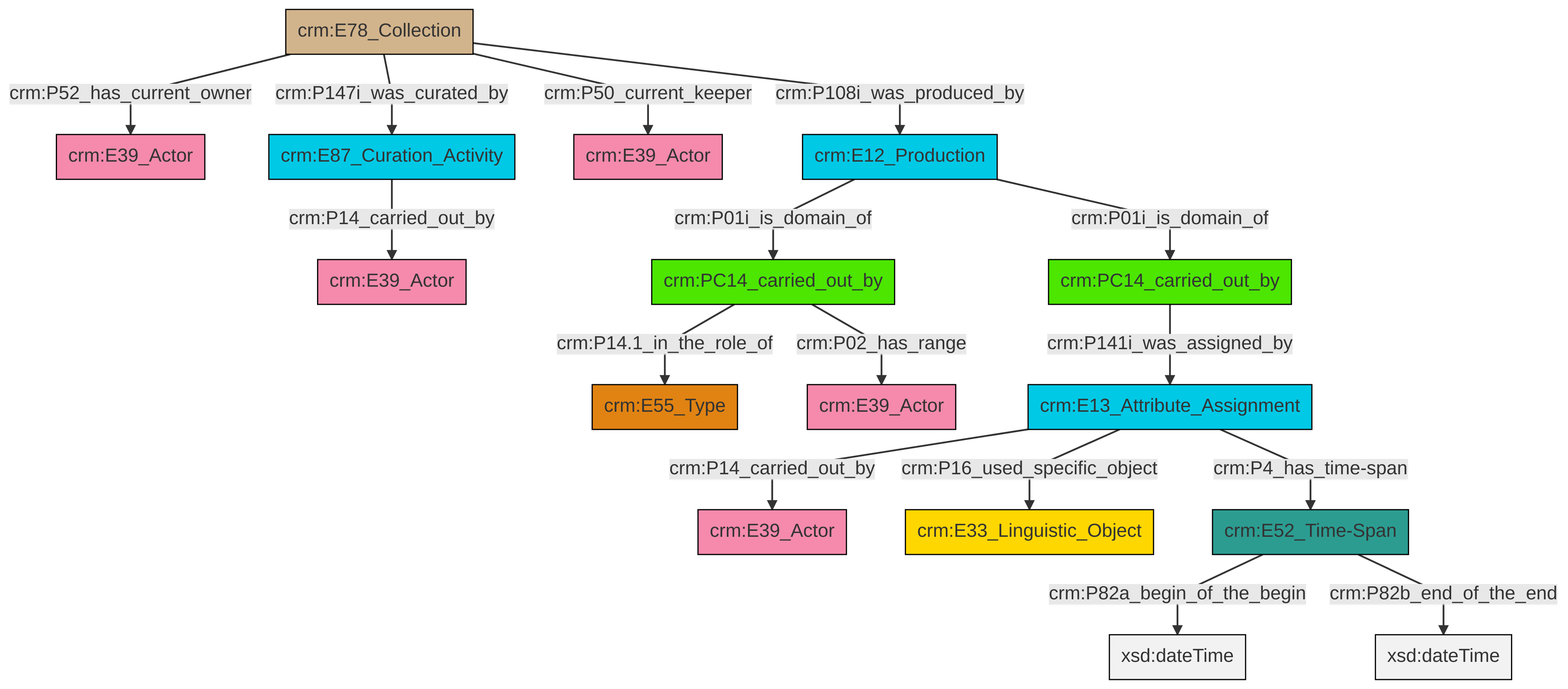
This is et/archivalCSV/ttl/mmd/png/archival_relation.png from swiss-art-research-net/docs.swissartresearch, a Mermaid export, as it was before one commit. Its source is kept beside it as et/archivalCSV/ttl/mmd/archival_relation.ttl.mmd.
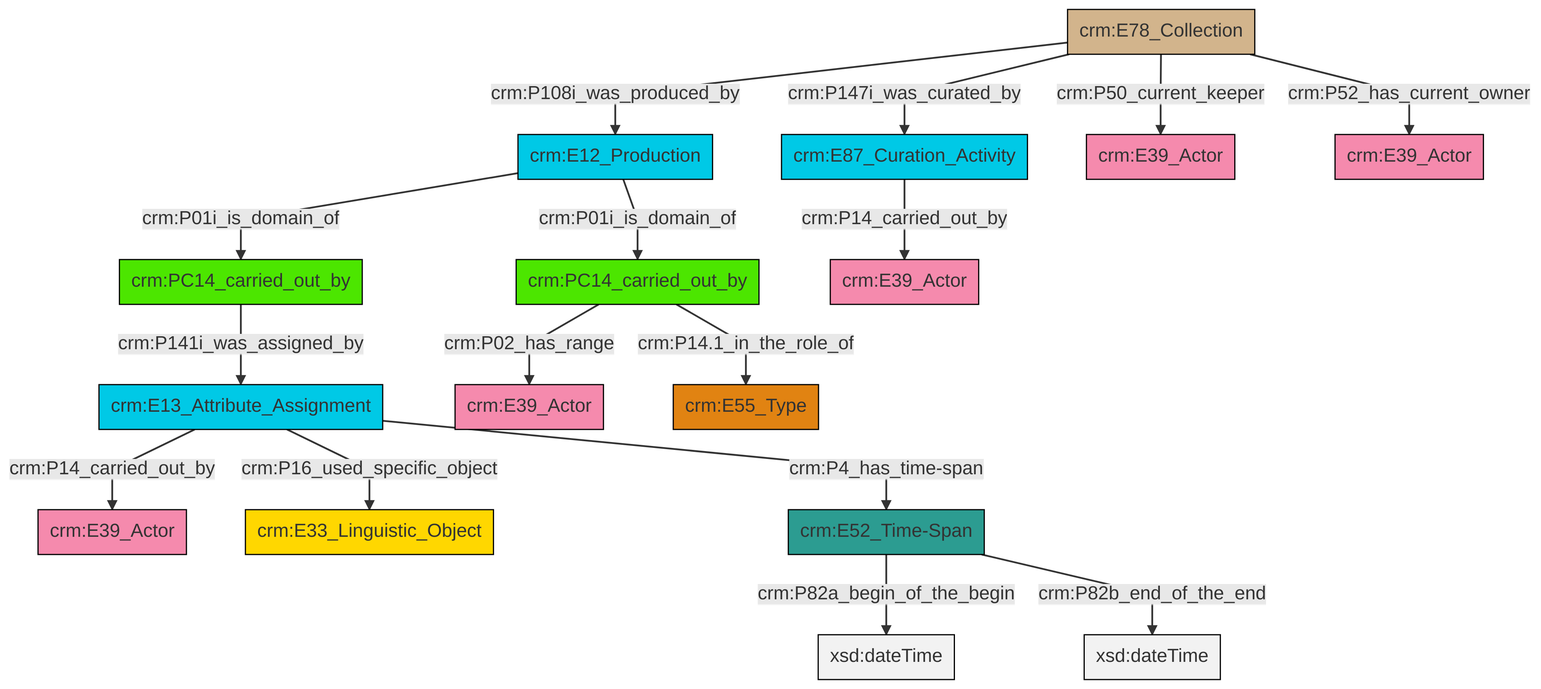
After the commit.

What changed in the source:
```diff
@@ -13,18 +13,18 @@
 classDef PC_Classes fill:#4ce600, stroke:#000000;
 classDef Multi fill:#cccccc,stroke:#000000;
 
-2["crm:E12_Production"]:::Temporal_Entity -->|crm:P01i_is_domain_of| 3["crm:PC14_carried_out_by"]:::PC_Classes
-4["crm:E52_Time-Span"]:::Time-Span -->|crm:P82a_begin_of_the_begin| 5[xsd:dateTime]:::Literal
-12["crm:E13_Attribute_Assignment"]:::Temporal_Entity -->|crm:P14_carried_out_by| 6["crm:E39_Actor"]:::Actor
-3["crm:PC14_carried_out_by"]:::PC_Classes -->|crm:P14.1_in_the_role_of| 13["crm:E55_Type"]:::Type
-14["crm:E87_Curation_Activity"]:::Temporal_Entity -->|crm:P14_carried_out_by| 10["crm:E39_Actor"]:::Actor
-12["crm:E13_Attribute_Assignment"]:::Temporal_Entity -->|crm:P16_used_specific_object| 18["crm:E33_Linguistic_Object"]:::Conceptual_Object
-12["crm:E13_Attribute_Assignment"]:::Temporal_Entity -->|crm:P4_has_time-span| 4["crm:E52_Time-Span"]:::Time-Span
-3["crm:PC14_carried_out_by"]:::PC_Classes -->|crm:P02_has_range| 0["crm:E39_Actor"]:::Actor
-4["crm:E52_Time-Span"]:::Time-Span -->|crm:P82b_end_of_the_end| 19[xsd:dateTime]:::Literal
-2["crm:E12_Production"]:::Temporal_Entity -->|crm:P01i_is_domain_of| 8["crm:PC14_carried_out_by"]:::PC_Classes
-8["crm:PC14_carried_out_by"]:::PC_Classes -->|crm:P141i_was_assigned_by| 12["crm:E13_Attribute_Assignment"]:::Temporal_Entity
-23["crm:E78_Collection"]:::Physical_Thing -->|crm:P52_has_current_owner| 24["crm:E39_Actor"]:::Actor
-23["crm:E78_Collection"]:::Physical_Thing -->|crm:P147i_was_curated_by| 14["crm:E87_Curation_Activity"]:::Temporal_Entity
-23["crm:E78_Collection"]:::Physical_Thing -->|crm:P50_current_keeper| 21["crm:E39_Actor"]:::Actor
-23["crm:E78_Collection"]:::Physical_Thing -->|crm:P108i_was_produced_by| 2["crm:E12_Production"]:::Temporal_Entity
+2["crm:E13_Attribute_Assignment"]:::Temporal_Entity -->|crm:P14_carried_out_by| 3["crm:E39_Actor"]:::Actor
+2["crm:E13_Attribute_Assignment"]:::Temporal_Entity -->|crm:P16_used_specific_object| 8["crm:E33_Linguistic_Object"]:::Conceptual_Object
+10["crm:E52_Time-Span"]:::Time-Span -->|crm:P82a_begin_of_the_begin| 11[xsd:dateTime]:::Literal
+2["crm:E13_Attribute_Assignment"]:::Temporal_Entity -->|crm:P4_has_time-span| 10["crm:E52_Time-Span"]:::Time-Span
+0["crm:PC14_carried_out_by"]:::PC_Classes -->|crm:P02_has_range| 6["crm:E39_Actor"]:::Actor
+12["crm:PC14_carried_out_by"]:::PC_Classes -->|crm:P141i_was_assigned_by| 2["crm:E13_Attribute_Assignment"]:::Temporal_Entity
+10["crm:E52_Time-Span"]:::Time-Span -->|crm:P82b_end_of_the_end| 13[xsd:dateTime]:::Literal
+4["crm:E12_Production"]:::Temporal_Entity -->|crm:P01i_is_domain_of| 0["crm:PC14_carried_out_by"]:::PC_Classes
+17["crm:E78_Collection"]:::Physical_Thing -->|crm:P147i_was_curated_by| 18["crm:E87_Curation_Activity"]:::Temporal_Entity
+0["crm:PC14_carried_out_by"]:::PC_Classes -->|crm:P14.1_in_the_role_of| 14["crm:E55_Type"]:::Type
+17["crm:E78_Collection"]:::Physical_Thing -->|crm:P50_current_keeper| 20["crm:E39_Actor"]:::Actor
+17["crm:E78_Collection"]:::Physical_Thing -->|crm:P108i_was_produced_by| 4["crm:E12_Production"]:::Temporal_Entity
+18["crm:E87_Curation_Activity"]:::Temporal_Entity -->|crm:P14_carried_out_by| 21["crm:E39_Actor"]:::Actor
+17["crm:E78_Collection"]:::Physical_Thing -->|crm:P52_has_current_owner| 23["crm:E39_Actor"]:::Actor
+4["crm:E12_Production"]:::Temporal_Entity -->|crm:P01i_is_domain_of| 12["crm:PC14_carried_out_by"]:::PC_Classes
```
